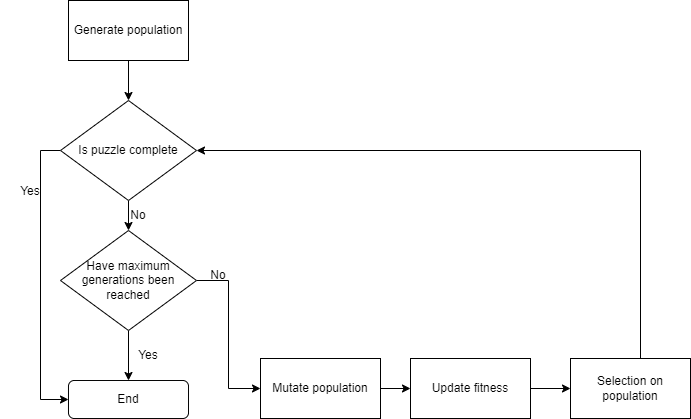
sfreeman218/MMP_Sudoku keeps this draw.io diagram as Documentation/WIPs/Diagrams/multiobjectiveFlowchart.png. Above is the earlier version. Source tidied: cells renumbered, new cells last; positions are measured from the earlier drawing's top-left corner, leaving out a move shared by most shapes.
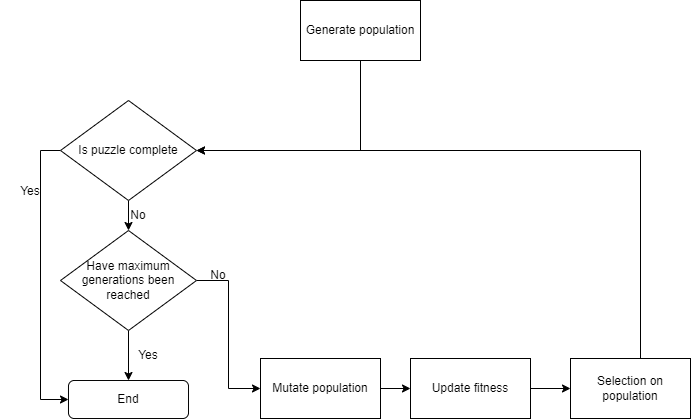
After the change.

What changed in the source:
```diff
@@ -2,11 +2,15 @@
   <root>
     <mxCell id="0" />
     <mxCell id="1" parent="0" />
-    <mxCell id="2" style="edgeStyle=orthogonalEdgeStyle;rounded=0;jettySize=auto;html=1;entryX=0.5;entryY=0;entryDx=0;entryDy=0;" parent="1" edge="1" source="3" target="6">
-      <mxGeometry relative="1" as="geometry" />
+    <mxCell id="2" style="edgeStyle=orthogonalEdgeStyle;rounded=0;jettySize=auto;html=1;entryX=1;entryY=0.5;entryDx=0;entryDy=0;" parent="1" edge="1" source="3" target="6">
+      <mxGeometry relative="1" as="geometry">
+        <Array as="points">
+          <mxPoint x="360" y="150" />
+        </Array>
+      </mxGeometry>
     </mxCell>
     <mxCell id="3" value="Generate population" style="rounded=0;whiteSpace=wrap;html=1;" parent="1" vertex="1">
-      <mxGeometry x="68" width="120" height="60" as="geometry" />
+      <mxGeometry x="300" width="120" height="60" as="geometry" />
     </mxCell>
     <mxCell id="4" style="edgeStyle=orthogonalEdgeStyle;rounded=0;jettySize=auto;html=1;entryX=0.5;entryY=0;entryDx=0;entryDy=0;" parent="1" edge="1" source="6" target="9">
       <mxGeometry relative="1" as="geometry" />
```
